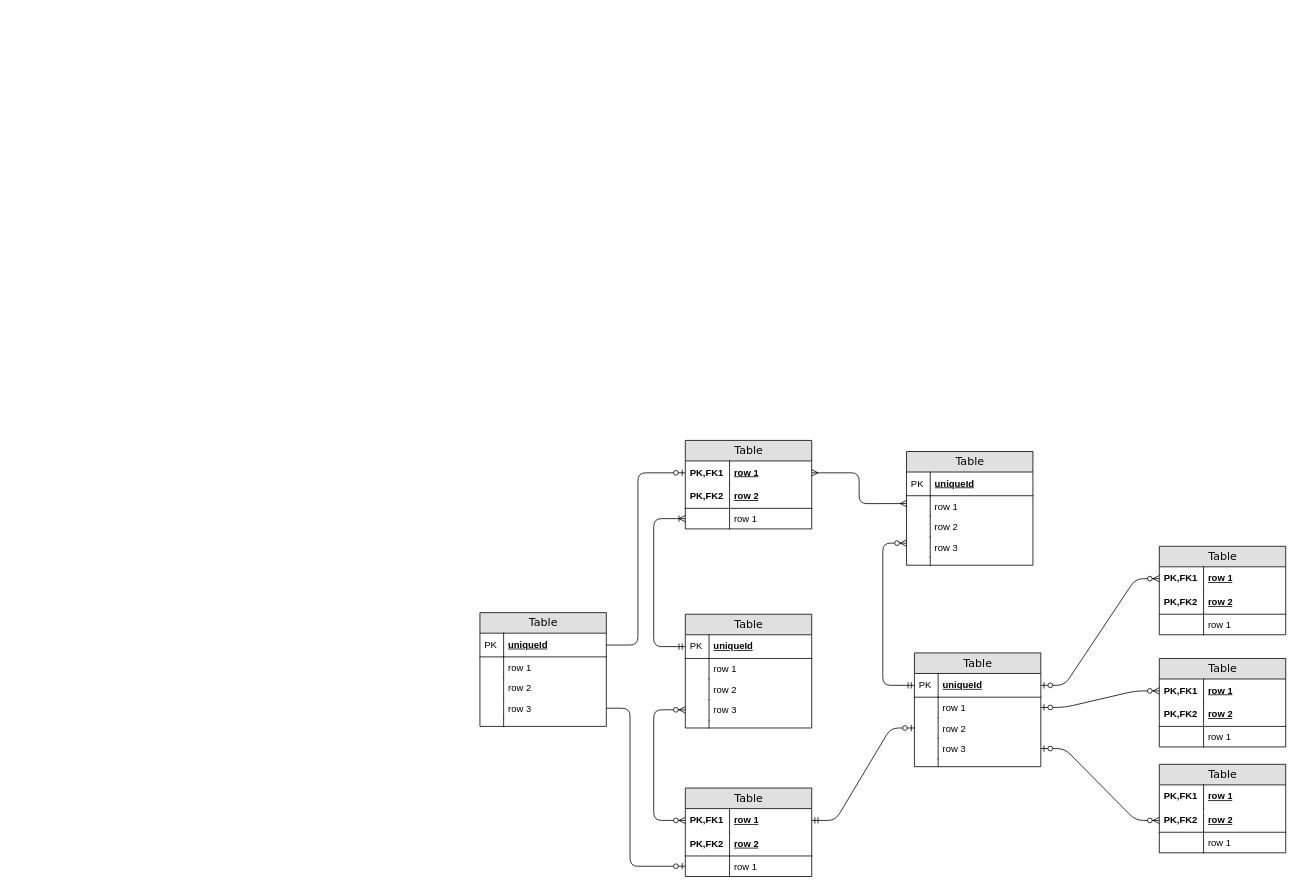
Above: Diagramme sans nom.drawio in professor-kaiser/projet-perso (draw.io), before the change. Source tidied: cells renumbered, new cells numbered last; positions are measured from the earlier drawing's top-left corner, leaving out a move shared by most shapes. Both pictures are drawn from the tidied source at 79%, with x=0, y=0 at pixel (480, 440).
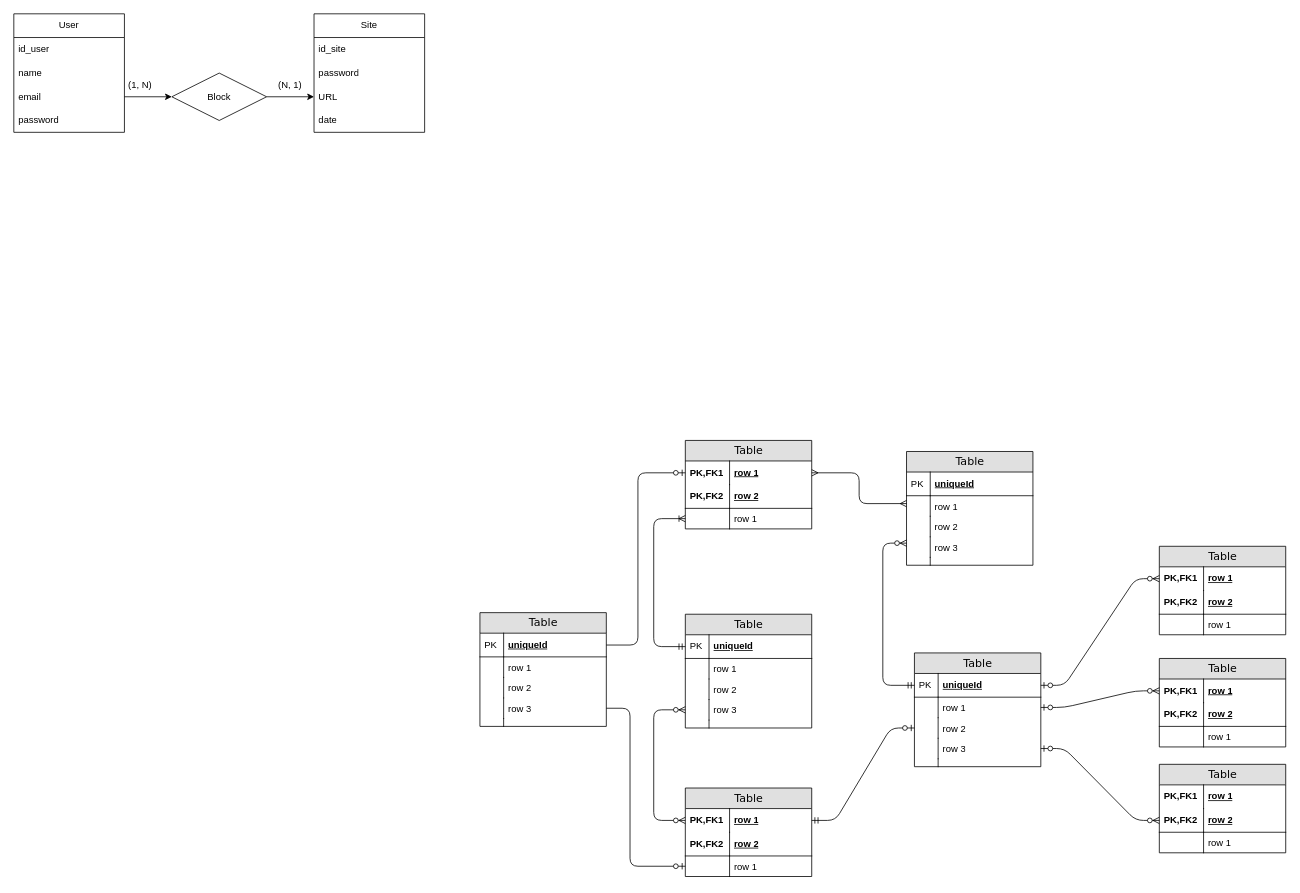
The same page after the edit.

The edit, as a diff of the source:
```diff
@@
+    <mxCell id="91" value="User" style="swimlane;fontStyle=0;horizontal=1;startSize=30;whiteSpace=wrap;html=1;" parent="1" vertex="1">
+      <mxGeometry x="-590" y="-540" width="140" height="150" as="geometry" />
+    </mxCell>
+    <mxCell id="92" value="id_user" style="text;strokeColor=none;fillColor=none;align=left;verticalAlign=middle;spacingLeft=4;spacingRight=4;overflow=hidden;whiteSpace=wrap;html=1;" parent="91" vertex="1">
+      <mxGeometry y="30" width="140" height="30" as="geometry" />
+    </mxCell>
+    <mxCell id="93" value="name" style="text;strokeColor=none;fillColor=none;align=left;verticalAlign=middle;spacingLeft=4;spacingRight=4;overflow=hidden;whiteSpace=wrap;html=1;" parent="91" vertex="1">
+      <mxGeometry y="60" width="140" height="30" as="geometry" />
+    </mxCell>
+    <mxCell id="94" value="email" style="text;strokeColor=none;fillColor=none;align=left;verticalAlign=middle;spacingLeft=4;spacingRight=4;overflow=hidden;points=[[0,0.5],[1,0.5]];portConstraint=eastwest;whiteSpace=wrap;html=1;" parent="91" vertex="1">
+      <mxGeometry y="90" width="140" height="30" as="geometry" />
+    </mxCell>
+    <mxCell id="95" value="password" style="text;strokeColor=none;fillColor=none;align=left;verticalAlign=middle;spacingLeft=4;spacingRight=4;overflow=hidden;whiteSpace=wrap;html=1;" parent="91" vertex="1">
+      <mxGeometry y="120" width="140" height="30" as="geometry" />
+    </mxCell>
+    <mxCell id="96" value="Site" style="swimlane;fontStyle=0;horizontal=1;startSize=30;whiteSpace=wrap;html=1;" parent="1" vertex="1">
+      <mxGeometry x="-210" y="-540" width="140" height="150" as="geometry" />
+    </mxCell>
+    <mxCell id="97" value="id_site" style="text;strokeColor=none;fillColor=none;align=left;verticalAlign=middle;spacingLeft=4;spacingRight=4;overflow=hidden;whiteSpace=wrap;html=1;" parent="96" vertex="1">
+      <mxGeometry y="30" width="140" height="30" as="geometry" />
+    </mxCell>
+    <mxCell id="98" value="password" style="text;strokeColor=none;fillColor=none;align=left;verticalAlign=middle;spacingLeft=4;spacingRight=4;overflow=hidden;whiteSpace=wrap;html=1;" parent="96" vertex="1">
+      <mxGeometry y="60" width="140" height="30" as="geometry" />
+    </mxCell>
+    <mxCell id="99" value="URL" style="text;strokeColor=none;fillColor=none;align=left;verticalAlign=middle;spacingLeft=4;spacingRight=4;overflow=hidden;points=[[0,0.5],[1,0.5]];portConstraint=eastwest;whiteSpace=wrap;html=1;" parent="96" vertex="1">
+      <mxGeometry y="90" width="140" height="30" as="geometry" />
+    </mxCell>
+    <mxCell id="100" value="&lt;div&gt;date&lt;/div&gt;" style="text;strokeColor=none;fillColor=none;align=left;verticalAlign=middle;spacingLeft=4;spacingRight=4;overflow=hidden;whiteSpace=wrap;html=1;" parent="96" vertex="1">
+      <mxGeometry y="120" width="140" height="30" as="geometry" />
+    </mxCell>
+    <mxCell id="101" value="(1, N)" style="text;html=1;align=center;verticalAlign=middle;whiteSpace=wrap;rounded=0;" parent="1" vertex="1">
+      <mxGeometry x="-460" y="-465" width="60" height="30" as="geometry" />
+    </mxCell>
+    <mxCell id="102" value="(N, 1)" style="text;html=1;align=center;verticalAlign=middle;whiteSpace=wrap;rounded=0;" parent="1" vertex="1">
+      <mxGeometry x="-270" y="-465" width="60" height="30" as="geometry" />
+    </mxCell>
+    <mxCell id="103" style="edgeStyle=orthogonalEdgeStyle;rounded=0;jettySize=auto;html=1;exitX=1;exitY=0.5;exitDx=0;exitDy=0;entryX=0;entryY=0.5;entryDx=0;entryDy=0;" parent="1" edge="1" source="104" target="99">
+      <mxGeometry relative="1" as="geometry" />
+    </mxCell>
+    <mxCell id="104" value="Block" style="shape=rhombus;perimeter=rhombusPerimeter;whiteSpace=wrap;html=1;align=center;" parent="1" vertex="1">
+      <mxGeometry x="-390" y="-465" width="120" height="60" as="geometry" />
+    </mxCell>
+    <mxCell id="105" style="edgeStyle=orthogonalEdgeStyle;rounded=0;jettySize=auto;html=1;exitX=1;exitY=0.5;exitDx=0;exitDy=0;entryX=0;entryY=0.5;entryDx=0;entryDy=0;" parent="1" edge="1" source="94" target="104">
+      <mxGeometry relative="1" as="geometry" />
+    </mxCell>
```
